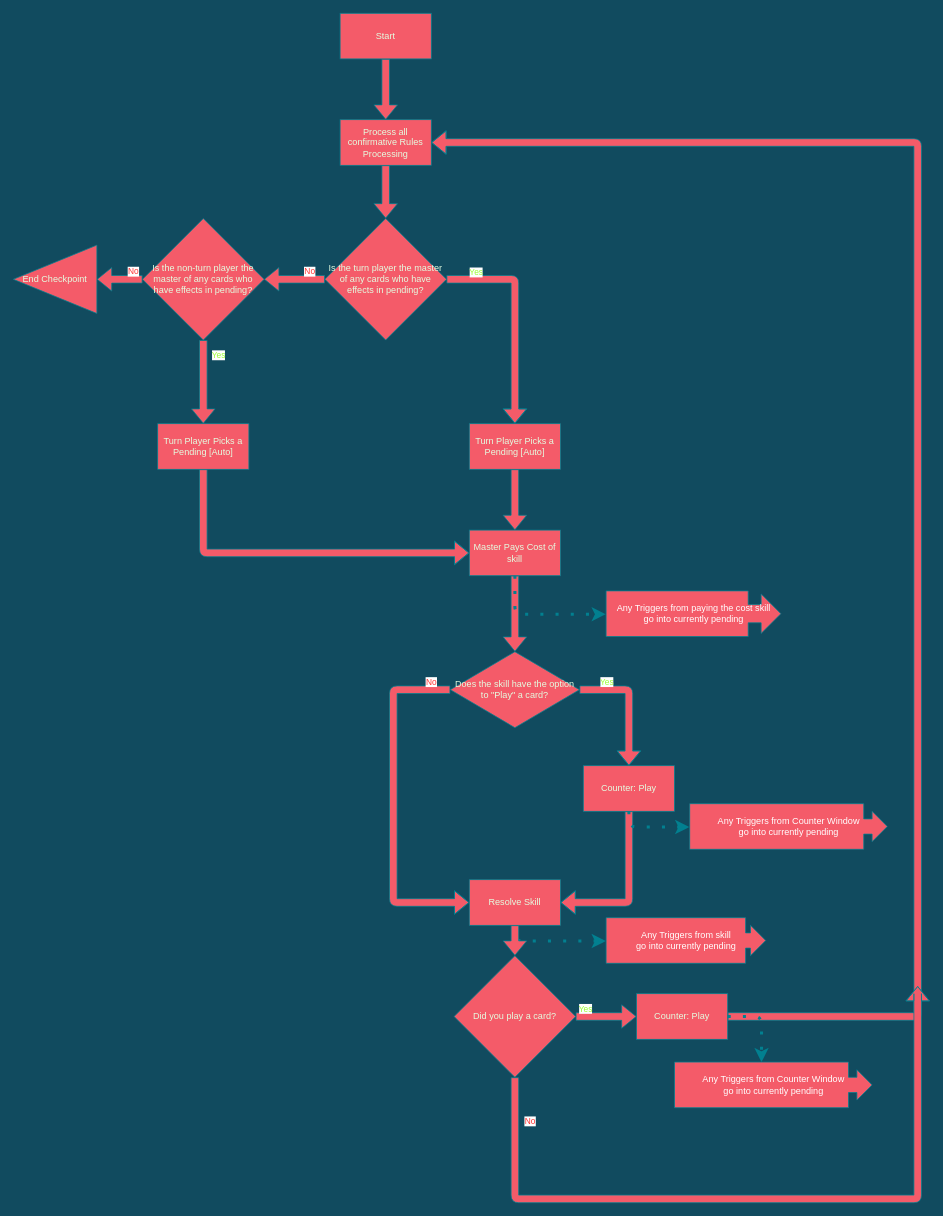
Above: page "Checkpoint-Detailed-TurnPlayer" (5 of 8) of diagrams/timing.drawio in Slamerz/Dragon-Ball-Super-Rulings (draw.io), before the change. Source tidied: cells renumbered, new cells numbered last; positions are measured from the earlier drawing's top-left corner, leaving out a move shared by most shapes. Both pictures are drawn from the tidied source at 76%, with x=0, y=0 at pixel (13, 13).
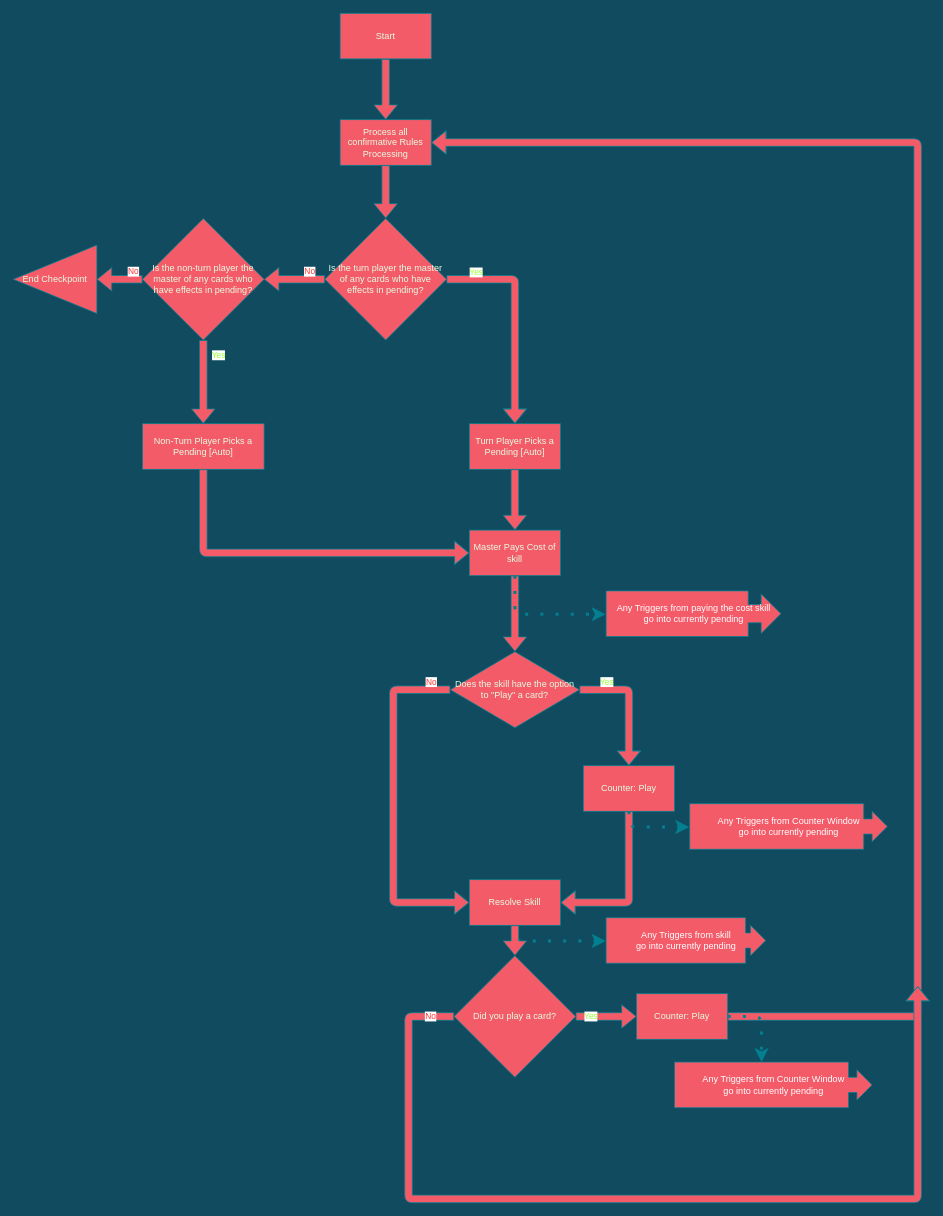
The same page after the edit.

The change refers to these unchanged cells:
```xml
<mxCell id="25" value="&lt;span&gt;Did you play a card?&lt;/span&gt;" style="rhombus;whiteSpace=wrap;html=1;fontColor=#E4FDE1;strokeColor=#028090;fillColor=#F45B69;sketch=0;" parent="1" vertex="1">
  <mxGeometry x="580" y="1240" width="160" height="160" as="geometry" />
</mxCell>
<mxCell id="27" value="Counter: Play" style="whiteSpace=wrap;html=1;fontColor=#E4FDE1;strokeColor=#028090;fillColor=#F45B69;sketch=0;" parent="1" vertex="1">
  <mxGeometry x="820" y="1290" width="120" height="60" as="geometry" />
</mxCell>
```

The edit, as a diff of the source:
```diff
@@
     <mxCell id="24" value="Yes" style="shape=flexArrow;endArrow=classic;html=1;fontFamily=Helvetica;fontSize=11;fontColor=#99FF33;align=center;strokeColor=#028090;fillColor=#F45B69;edgeStyle=orthogonalEdgeStyle;sketch=0;" parent="1" edge="1" source="25" target="27">
-      <mxGeometry x="-0.68" y="10" relative="1" as="geometry" />
+      <mxGeometry x="-0.5" relative="1" as="geometry" />
     </mxCell>
@@
-    <mxCell id="38" value="Turn Player Picks a Pending [Auto]" style="whiteSpace=wrap;html=1;rounded=0;fontColor=#E4FDE1;strokeColor=#028090;fillColor=#F45B69;sketch=0;" parent="1" vertex="1">
-      <mxGeometry x="190" y="540" width="120" height="60" as="geometry" />
+    <mxCell id="38" value="Non-Turn Player Picks a Pending [Auto]" style="whiteSpace=wrap;html=1;rounded=0;fontColor=#E4FDE1;strokeColor=#028090;fillColor=#F45B69;sketch=0;" parent="1" vertex="1">
+      <mxGeometry x="170" y="540" width="160" height="60" as="geometry" />
     </mxCell>
@@
-    <mxCell id="40" value="No" style="shape=flexArrow;endArrow=classic;html=1;fontFamily=Helvetica;fontSize=11;fontColor=#FF3333;align=center;strokeColor=#028090;edgeStyle=orthogonalEdgeStyle;strokeWidth=1;fillColor=#F45B69;" parent="1" edge="1" source="25">
-      <mxGeometry x="-0.88" y="20" relative="1" as="geometry">
+    <mxCell id="40" value="No" style="shape=flexArrow;endArrow=classic;html=1;fontFamily=Helvetica;fontSize=11;fontColor=#FF3333;align=center;strokeColor=#028090;edgeStyle=orthogonalEdgeStyle;strokeWidth=1;fillColor=#F45B69;exitX=0;exitY=0.5;exitDx=0;exitDy=0;" parent="1" edge="1" source="25">
+      <mxGeometry x="-0.95" relative="1" as="geometry">
         <mxPoint x="1190" y="1280" as="targetPoint" />
         <Array as="points">
-          <mxPoint x="660" y="1560" />
+          <mxPoint x="520" y="1320" />
+          <mxPoint x="520" y="1560" />
           <mxPoint x="1190" y="1560" />
-          <mxPoint x="1190" y="1290" />
         </Array>
       </mxGeometry>
     </mxCell>
```
